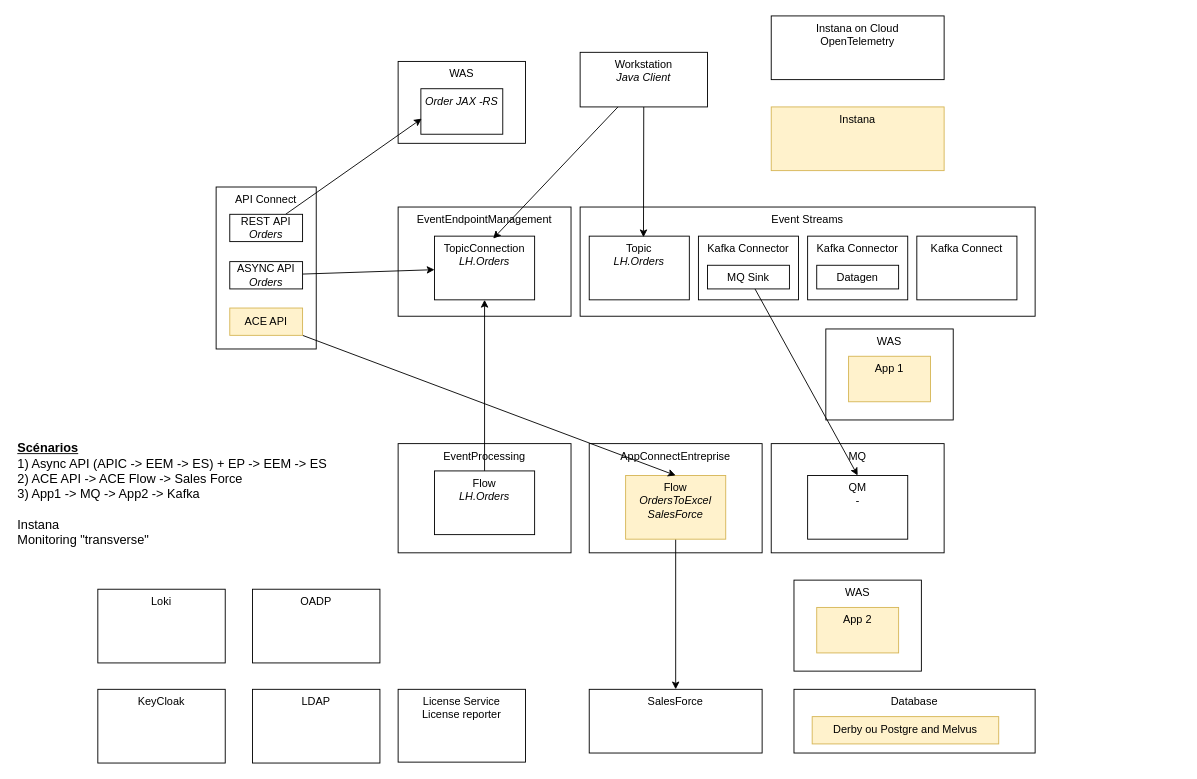
ADesprets/cp4i-install keeps this draw.io diagram as page "Architecture" (4 of 16) of doc/design.drawio. Above is the earlier version. Source tidied: cells renumbered, new cells numbered last; positions are measured from the earlier drawing's top-left corner, leaving out a move shared by most shapes. Both pictures are drawn from the tidied source at 91%, with x=0, y=0 at pixel (15, 15).
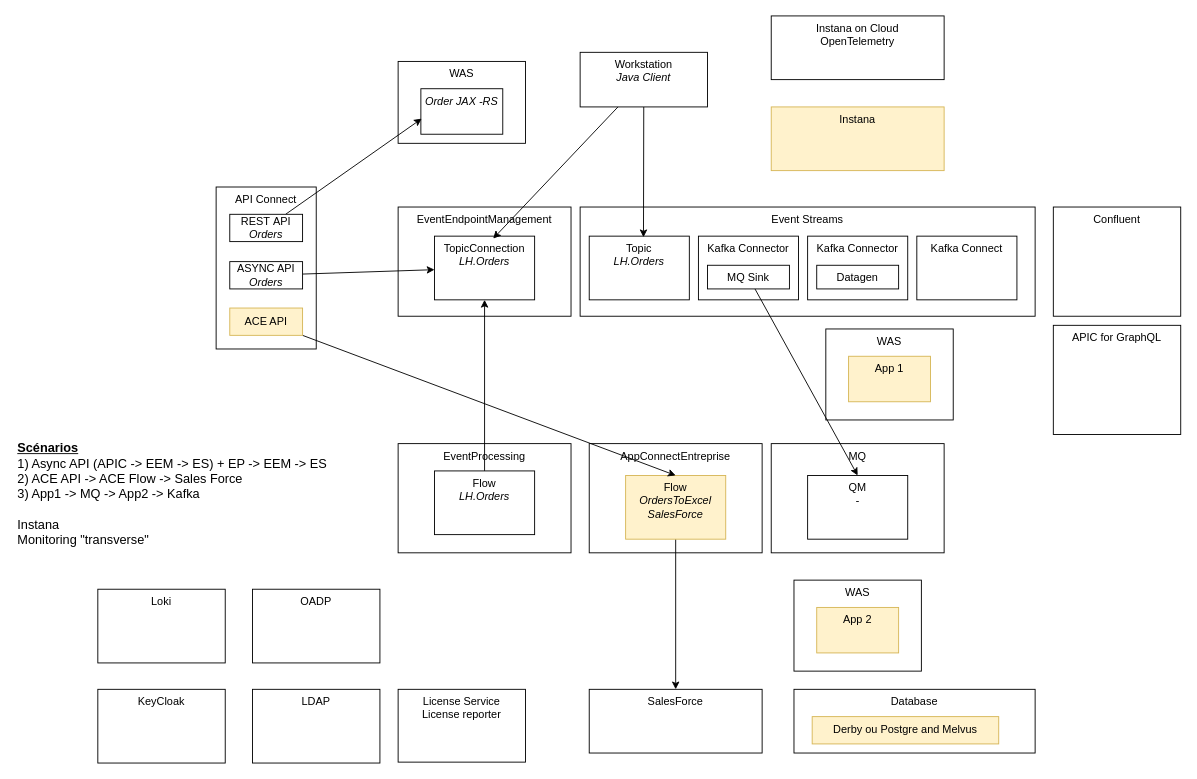
After the change.

Diff of the diagram source:
```diff
@@
+    <mxCell id="47" value="Confluent" style="rounded=0;whiteSpace=wrap;html=1;verticalAlign=top;" parent="1" vertex="1">
+      <mxGeometry x="1140" y="210" width="140" height="120" as="geometry" />
+    </mxCell>
+    <mxCell id="48" value="APIC for GraphQL" style="rounded=0;whiteSpace=wrap;html=1;verticalAlign=top;" parent="1" vertex="1">
+      <mxGeometry x="1140" y="340" width="140" height="120" as="geometry" />
+    </mxCell>
```
